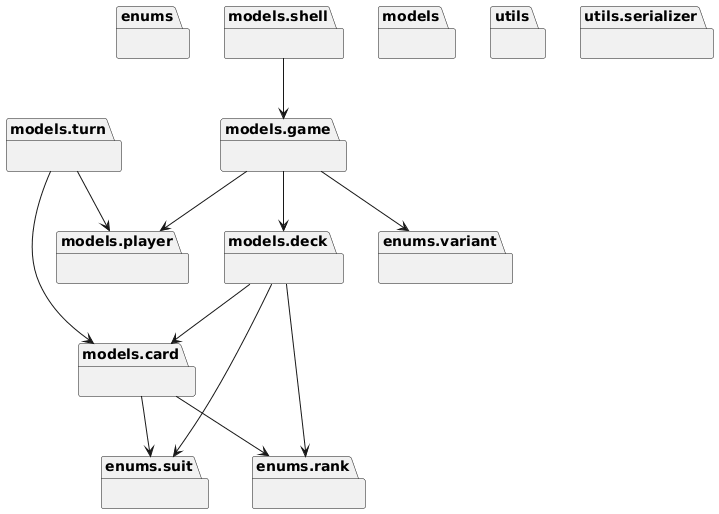
The PlantUML diagram docs/uml/png/packages_war.png in b3h3m0th/war, before a commit.
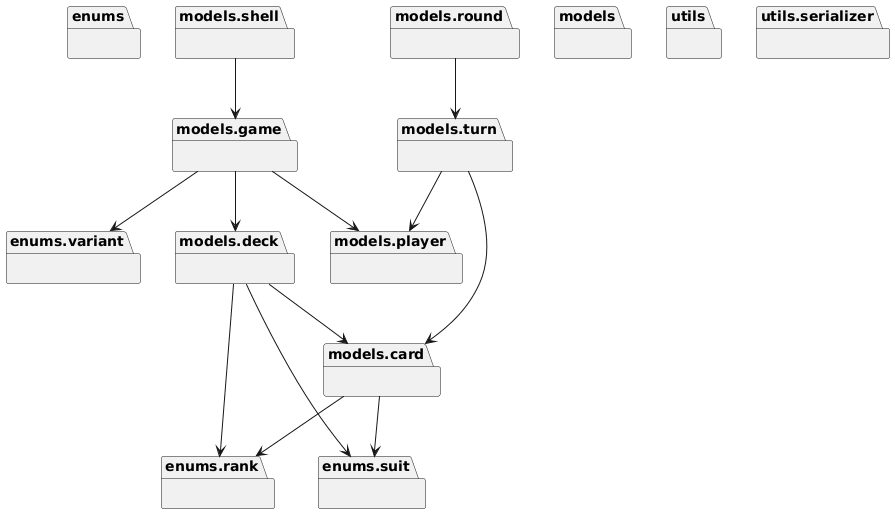
The same file after the commit.

What changed in the source:
```diff
@@ -18,6 +18,8 @@
 }
 package "models.player" as models.player {
 }
+package "models.round" as models.round {
+}
 package "models.shell" as models.shell {
 }
 package "models.turn" as models.turn {
@@ -34,6 +36,7 @@
 models.game --> enums.variant
 models.game --> models.deck
 models.game --> models.player
+models.round --> models.turn
 models.shell --> models.game
 models.turn --> models.card
 models.turn --> models.player
```
